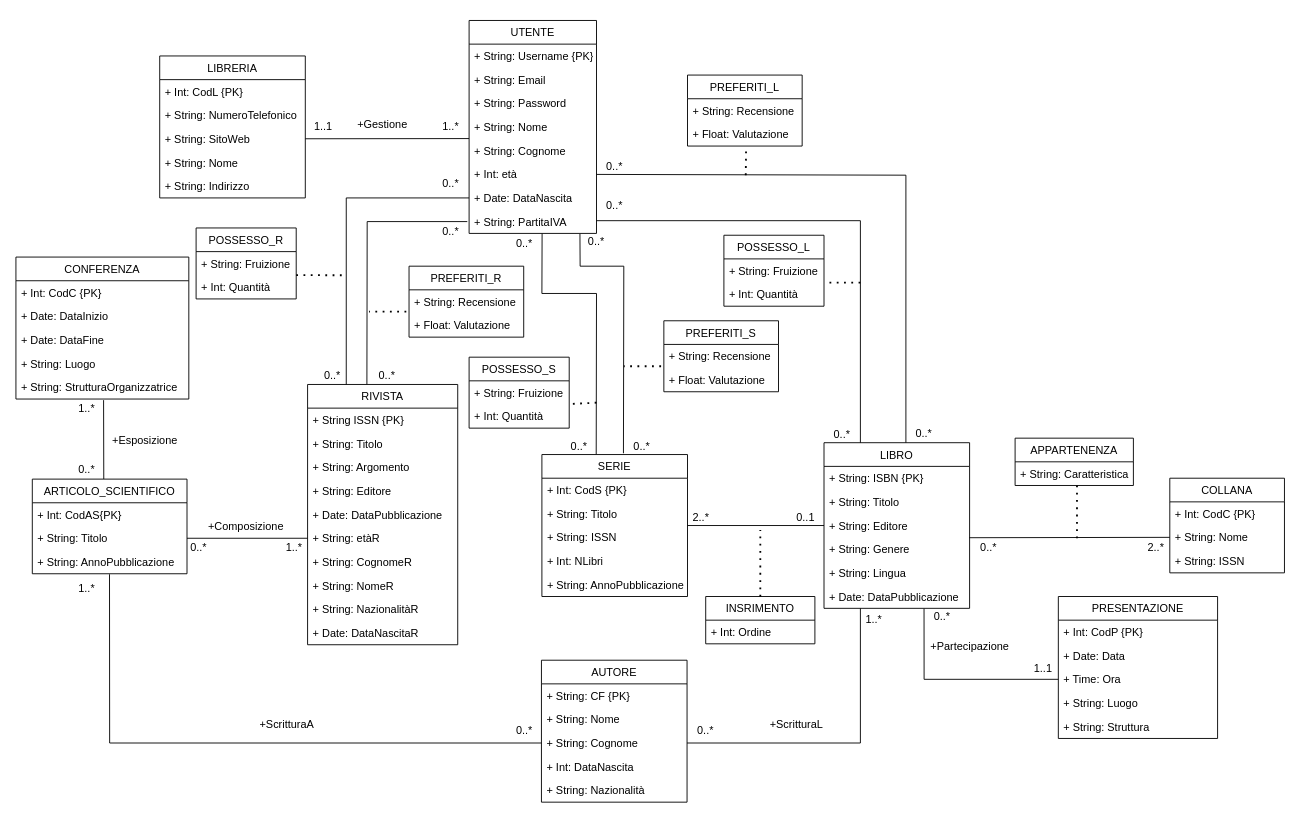
Earlier version of the draw.io diagram DiagrammaUML(ristrutturato).drawio (Giovk/Sistema-di-una-Bibleoteca-Digitale). Source tidied: cells renumbered, new cells numbered last; positions are measured from the earlier drawing's top-left corner, leaving out a move shared by most shapes. Both pictures are drawn from the tidied source at 91%, with x=0, y=0 at pixel (15, 20).
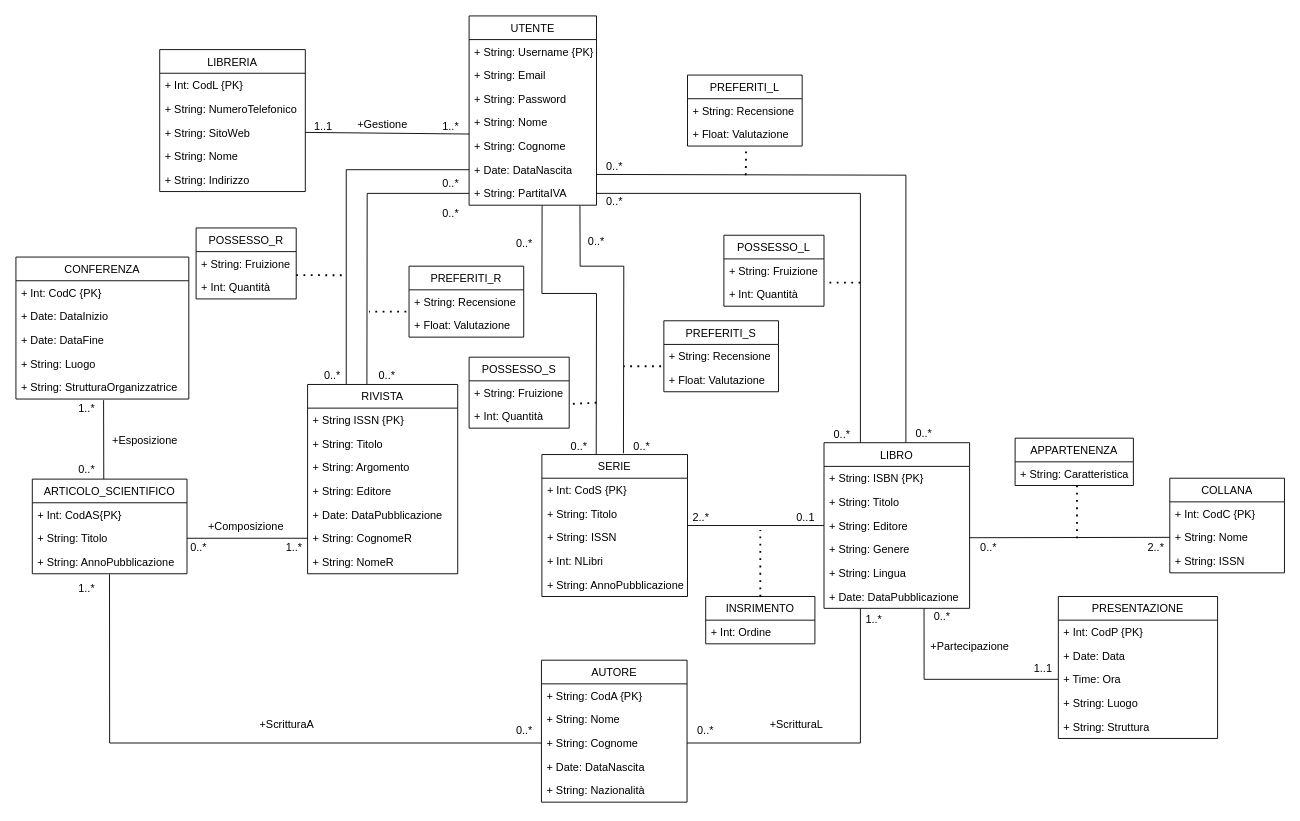
After the change.

The change refers to these unchanged cells:
```xml
<mxCell id="36" value="0..*" style="text;html=1;strokeColor=none;fillColor=none;align=center;verticalAlign=middle;whiteSpace=wrap;rounded=0;" parent="1" vertex="1">
  <mxGeometry x="318" y="382" width="60" height="18" as="geometry" />
</mxCell>
<mxCell id="114" value="+ String: Titolo" style="text;strokeColor=none;fillColor=none;align=left;verticalAlign=top;spacingLeft=4;spacingRight=4;overflow=hidden;points=[[0,0.5],[1,0.5]];portConstraint=eastwest;" parent="112" vertex="1">
  <mxGeometry y="52" width="170" height="26" as="geometry" />
</mxCell>
<mxCell id="131" value="AUTORE" style="swimlane;fontStyle=0;horizontal=1;startSize=26;fillColor=none;" parent="1" vertex="1">
  <mxGeometry x="577.5" y="703" width="160" height="156" as="geometry" />
</mxCell>
```

Diff of the diagram source:
```diff
@@
     <mxCell id="2" value="UTENTE" style="swimlane;fontStyle=0;horizontal=1;startSize=26;fillColor=none;" parent="1" vertex="1">
-      <mxGeometry x="498" width="140" height="234" as="geometry" />
+      <mxGeometry x="498" y="-5" width="140" height="208" as="geometry" />
     </mxCell>
@@
-    <mxCell id="8" value="+ Int: età" style="text;strokeColor=none;fillColor=none;align=left;verticalAlign=top;spacingLeft=4;spacingRight=4;overflow=hidden;points=[[0,0.5],[1,0.5]];portConstraint=eastwest;" parent="2" vertex="1">
-      <mxGeometry y="156" width="140" height="26" as="geometry" />
-    </mxCell>
     <mxCell id="9" value="+ Date: DataNascita" style="text;strokeColor=none;fillColor=none;align=left;verticalAlign=top;spacingLeft=4;spacingRight=4;overflow=hidden;points=[[0,0.5],[1,0.5]];portConstraint=eastwest;" parent="2" vertex="1">
-      <mxGeometry y="182" width="140" height="26" as="geometry" />
+      <mxGeometry y="156" width="140" height="26" as="geometry" />
     </mxCell>
     <mxCell id="10" value="+ String: PartitaIVA" style="text;strokeColor=none;fillColor=none;align=left;verticalAlign=top;spacingLeft=4;spacingRight=4;overflow=hidden;points=[[0,0.5],[1,0.5]];portConstraint=eastwest;" parent="2" vertex="1">
-      <mxGeometry y="208" width="140" height="26" as="geometry" />
+      <mxGeometry y="182" width="140" height="26" as="geometry" />
     </mxCell>
     <mxCell id="11" value="LIBRERIA" style="swimlane;fontStyle=0;horizontal=1;startSize=26;fillColor=none;" parent="1" vertex="1">
-      <mxGeometry x="158" y="39" width="160" height="156" as="geometry" />
+      <mxGeometry x="158" y="32" width="160" height="156" as="geometry" />
     </mxCell>
@@
     <mxCell id="21" value="RIVISTA" style="swimlane;fontStyle=0;horizontal=1;startSize=26;fillColor=none;" parent="1" vertex="1">
-      <mxGeometry x="320.5" y="400" width="165" height="286" as="geometry" />
+      <mxGeometry x="320.5" y="400" width="165" height="208" as="geometry" />
     </mxCell>
@@
-    <mxCell id="27" value="+ String: etàR" style="text;strokeColor=none;fillColor=none;align=left;verticalAlign=top;spacingLeft=4;spacingRight=4;overflow=hidden;points=[[0,0.5],[1,0.5]];portConstraint=eastwest;" parent="21" vertex="1">
-      <mxGeometry y="156" width="165" height="26" as="geometry" />
-    </mxCell>
     <mxCell id="28" value="+ String: CognomeR" style="text;strokeColor=none;fillColor=none;align=left;verticalAlign=top;spacingLeft=4;spacingRight=4;overflow=hidden;" parent="21" vertex="1">
-      <mxGeometry y="182" width="165" height="26" as="geometry" />
+      <mxGeometry y="156" width="165" height="26" as="geometry" />
     </mxCell>
     <mxCell id="29" value="+ String: NomeR" style="text;strokeColor=none;fillColor=none;align=left;verticalAlign=top;spacingLeft=4;spacingRight=4;overflow=hidden;" parent="21" vertex="1">
-      <mxGeometry y="208" width="165" height="26" as="geometry" />
+      <mxGeometry y="182" width="165" height="26" as="geometry" />
     </mxCell>
-    <mxCell id="30" value="+ String: NazionalitàR" style="text;strokeColor=none;fillColor=none;align=left;verticalAlign=top;spacingLeft=4;spacingRight=4;overflow=hidden;" parent="21" vertex="1">
-      <mxGeometry y="234" width="165" height="26" as="geometry" />
-    </mxCell>
-    <mxCell id="31" value="+ Date: DataNascitaR" style="text;strokeColor=none;fillColor=none;align=left;verticalAlign=top;spacingLeft=4;spacingRight=4;overflow=hidden;" parent="21" vertex="1">
-      <mxGeometry y="260" width="165" height="26" as="geometry" />
-    </mxCell>
@@
     <mxCell id="37" style="endArrow=none;html=1;rounded=0;entryX=0;entryY=0.5;entryDx=0;entryDy=0;exitX=0.75;exitY=1;exitDx=0;exitDy=0;" parent="1" edge="1" source="36" target="9">
       <mxGeometry relative="1" as="geometry">
         <Array as="points">
-          <mxPoint x="363" y="195" />
+          <mxPoint x="363" y="164" />
         </Array>
       </mxGeometry>
     </mxCell>
@@
-    <mxCell id="39" style="endArrow=none;html=1;rounded=0;entryX=0;entryY=0.5;entryDx=0;entryDy=0;exitX=0.395;exitY=-0.001;exitDx=0;exitDy=0;exitPerimeter=0;" parent="1" edge="1" source="21">
+    <mxCell id="39" style="endArrow=none;html=1;rounded=0;exitX=0.395;exitY=-0.001;exitDx=0;exitDy=0;exitPerimeter=0;" parent="1" edge="1" source="21" target="10">
       <mxGeometry relative="1" as="geometry">
-        <mxPoint x="496" y="221" as="targetPoint" />
         <Array as="points">
-          <mxPoint x="386" y="221" />
+          <mxPoint x="386" y="190" />
         </Array>
       </mxGeometry>
     </mxCell>
     <mxCell id="40" value="0..*" style="text;html=1;strokeColor=none;fillColor=none;align=center;verticalAlign=middle;whiteSpace=wrap;rounded=0;" parent="1" vertex="1">
-      <mxGeometry x="448" y="223" width="60" height="18" as="geometry" />
+      <mxGeometry x="448" y="203" width="60" height="18" as="geometry" />
     </mxCell>
@@
-    <mxCell id="73" style="endArrow=none;html=1;rounded=0;entryX=0.25;entryY=0;entryDx=0;entryDy=0;" parent="1" edge="1">
+    <mxCell id="73" style="endArrow=none;html=1;rounded=0;entryX=0.25;entryY=0;entryDx=0;entryDy=0;exitX=1;exitY=0.5;exitDx=0;exitDy=0;" parent="1" edge="1" source="10">
       <mxGeometry relative="1" as="geometry">
-        <mxPoint x="638" y="220" as="sourcePoint" />
         <mxPoint x="928" y="464" as="targetPoint" />
         <Array as="points">
-          <mxPoint x="928" y="220" />
+          <mxPoint x="928" y="190" />
         </Array>
       </mxGeometry>
     </mxCell>
@@
     <mxCell id="78" value="0..*" style="text;html=1;strokeColor=none;fillColor=none;align=center;verticalAlign=middle;whiteSpace=wrap;rounded=0;" parent="1" vertex="1">
-      <mxGeometry x="628" y="195" width="60" height="18" as="geometry" />
+      <mxGeometry x="628" y="190" width="60" height="18" as="geometry" />
     </mxCell>
-    <mxCell id="79" style="endArrow=none;html=1;rounded=0;entryX=0.25;entryY=0;entryDx=0;entryDy=0;" parent="1" edge="1" source="8">
+    <mxCell id="79" style="endArrow=none;html=1;rounded=0;entryX=0.25;entryY=0;entryDx=0;entryDy=0;" parent="1" edge="1">
       <mxGeometry relative="1" as="geometry">
+        <mxPoint x="638" y="169.2" as="sourcePoint" />
         <mxPoint x="978" y="464" as="targetPoint" />
         <Array as="points">
           <mxPoint x="978" y="170" />
         </Array>
       </mxGeometry>
     </mxCell>
@@
-    <mxCell id="116" style="endArrow=none;html=1;rounded=0;entryX=0;entryY=0.5;entryDx=0;entryDy=0;exitX=1;exitY=0.5;exitDx=0;exitDy=0;" parent="1" edge="1" source="114" target="27">
-      <mxGeometry relative="1" as="geometry" />
+    <mxCell id="116" style="endArrow=none;html=1;rounded=0;entryX=0;entryY=0.5;entryDx=0;entryDy=0;exitX=1;exitY=0.5;exitDx=0;exitDy=0;" parent="1" edge="1" source="114">
+      <mxGeometry relative="1" as="geometry">
+        <mxPoint x="320.5" y="569" as="targetPoint" />
+      </mxGeometry>
     </mxCell>
@@
-    <mxCell id="132" value="+ String: CF {PK}" style="text;strokeColor=none;fillColor=none;align=left;verticalAlign=top;spacingLeft=4;spacingRight=4;overflow=hidden;" parent="131" vertex="1">
+    <mxCell id="132" value="+ String: CodA {PK}" style="text;strokeColor=none;fillColor=none;align=left;verticalAlign=top;spacingLeft=4;spacingRight=4;overflow=hidden;" parent="131" vertex="1">
       <mxGeometry y="26" width="160" height="26" as="geometry" />
     </mxCell>
@@
-    <mxCell id="135" value="+ Int: DataNascita" style="text;strokeColor=none;fillColor=none;align=left;verticalAlign=top;spacingLeft=4;spacingRight=4;overflow=hidden;" parent="131" vertex="1">
+    <mxCell id="135" value="+ Date: DataNascita" style="text;strokeColor=none;fillColor=none;align=left;verticalAlign=top;spacingLeft=4;spacingRight=4;overflow=hidden;" parent="131" vertex="1">
       <mxGeometry y="104" width="160" height="26" as="geometry" />
     </mxCell>
```
